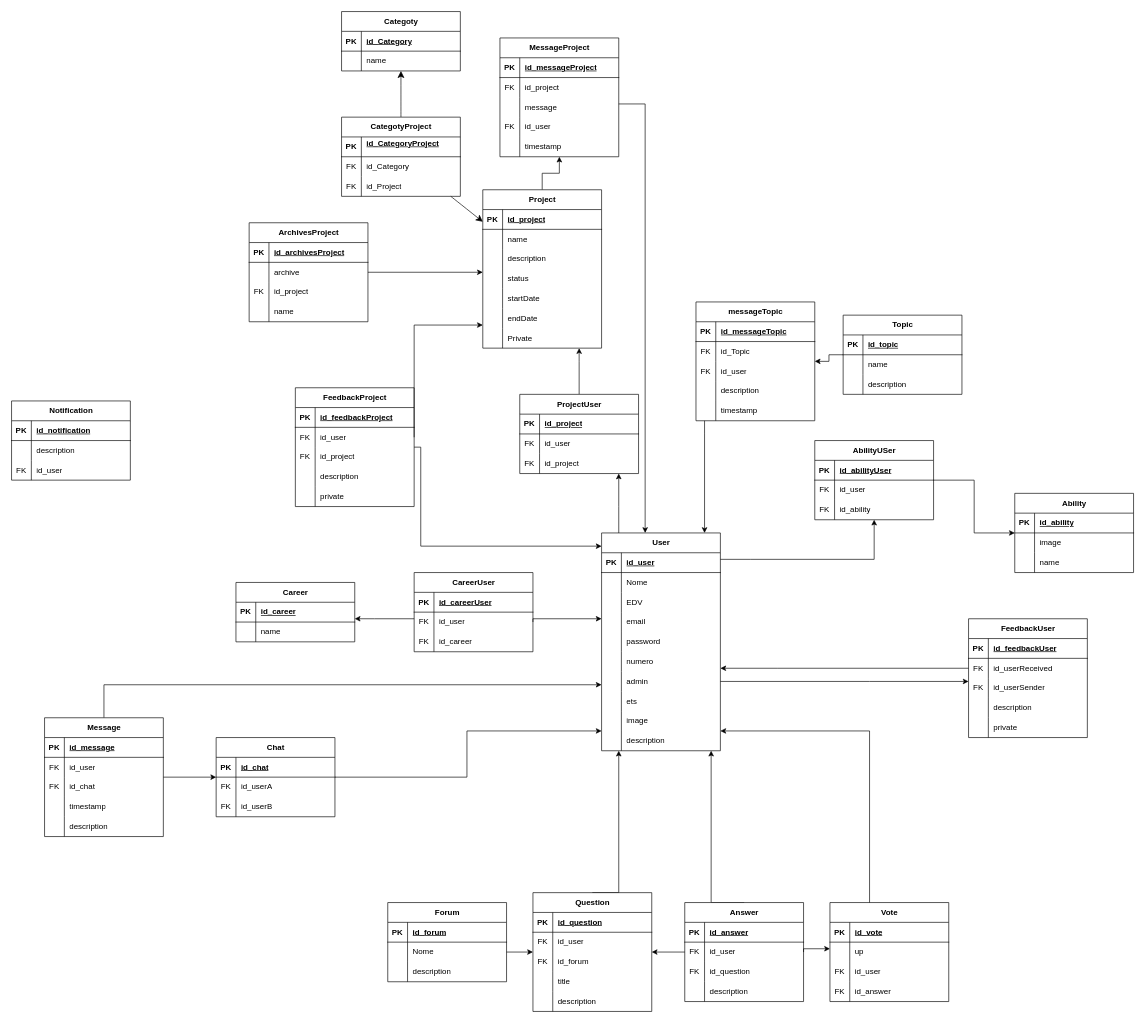
Fernandohka/HackaFusion keeps this draw.io diagram as database_model2.drawio. Above is the earlier version. Source tidied: cells renumbered, new cells numbered last; positions are measured from the earlier drawing's top-left corner, leaving out a move shared by most shapes. Both pictures are drawn from the tidied source at 66%, with x=0, y=0 at pixel (11, 11).
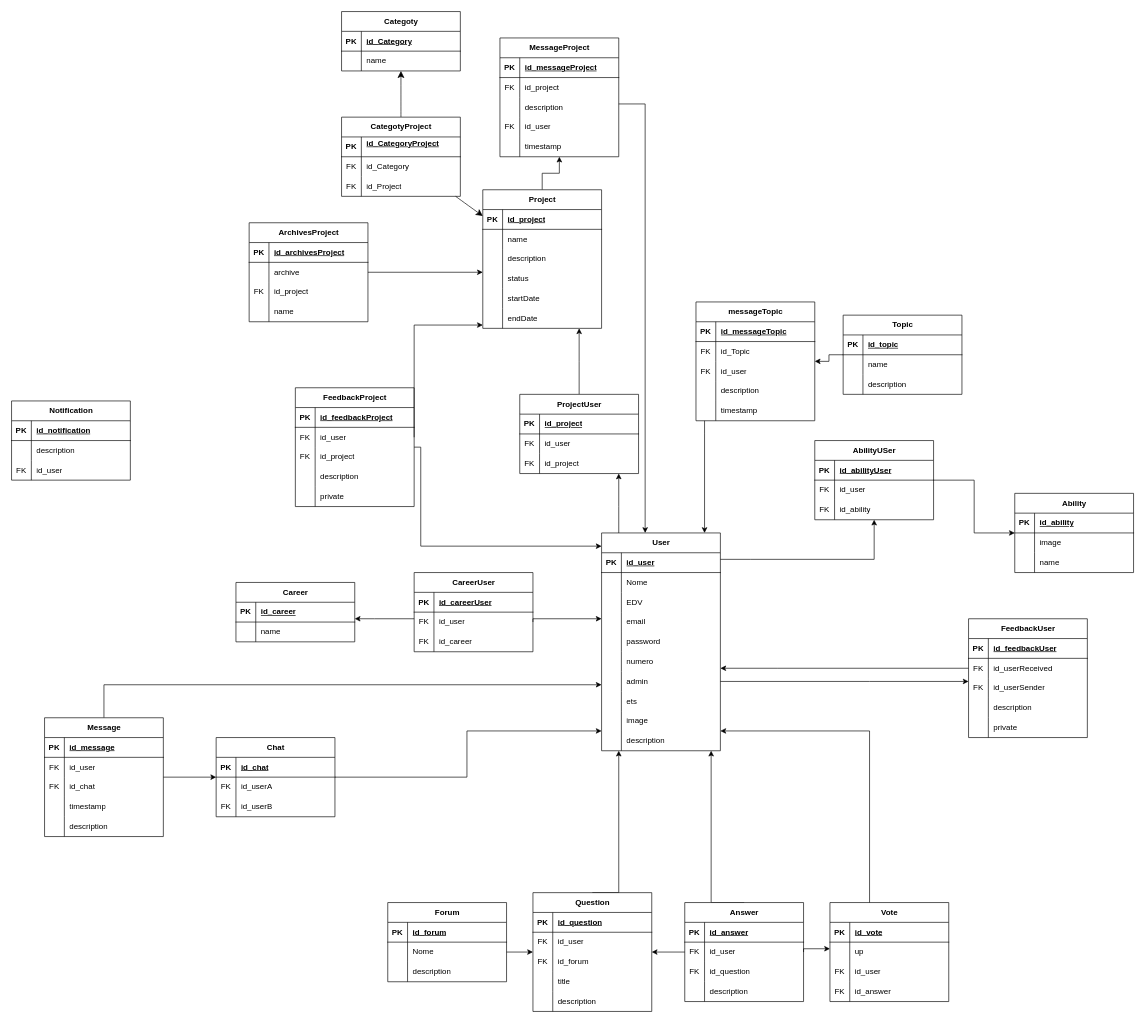
After the change.

The change refers to these unchanged cells:
```xml
<mxCell id="185" style="shape=tableRow;horizontal=0;startSize=0;swimlaneHead=0;swimlaneBody=0;fillColor=none;top=0;left=0;right=0;bottom=0;" parent="178" vertex="1">
  <mxGeometry y="90" width="180" height="30" as="geometry" />
</mxCell>
```

Diff of the diagram source:
```diff
@@
     <mxCell id="144" value="Project" style="shape=table;startSize=30;childLayout=tableLayout;rowLines=0;fontStyle=1;align=center;html=1;" parent="1" vertex="1">
-      <mxGeometry x="714" y="270" width="180" height="240" as="geometry" />
+      <mxGeometry x="714" y="270" width="180" height="210" as="geometry" />
     </mxCell>
@@
-    <mxCell id="163" style="shape=tableRow;horizontal=0;startSize=0;swimlaneHead=0;swimlaneBody=0;fillColor=none;top=0;left=0;right=0;bottom=0;" parent="144" vertex="1">
-      <mxGeometry y="210" width="180" height="30" as="geometry" />
-    </mxCell>
-    <mxCell id="164" style="shape=partialRectangle;fillColor=none;top=0;left=0;bottom=0;right=0;overflow=hidden;whiteSpace=wrap;html=1;" parent="163" vertex="1">
-      <mxGeometry width="30" height="30" as="geometry" />
-    </mxCell>
-    <mxCell id="165" value="Private" style="shape=partialRectangle;fillColor=none;top=0;left=0;bottom=0;right=0;align=left;spacingLeft=6;overflow=hidden;whiteSpace=wrap;html=1;" parent="163" vertex="1">
-      <mxGeometry x="30" width="150" height="30" as="geometry" />
-    </mxCell>
@@
-    <mxCell id="187" value="message" style="shape=partialRectangle;fillColor=none;top=0;left=0;bottom=0;right=0;align=left;spacingLeft=6;overflow=hidden;whiteSpace=wrap;html=1;" parent="185" vertex="1">
+    <mxCell id="187" value="description" style="shape=partialRectangle;fillColor=none;top=0;left=0;bottom=0;right=0;align=left;spacingLeft=6;overflow=hidden;whiteSpace=wrap;html=1;" parent="185" vertex="1">
       <mxGeometry x="30" width="150" height="30" as="geometry" />
     </mxCell>
```
